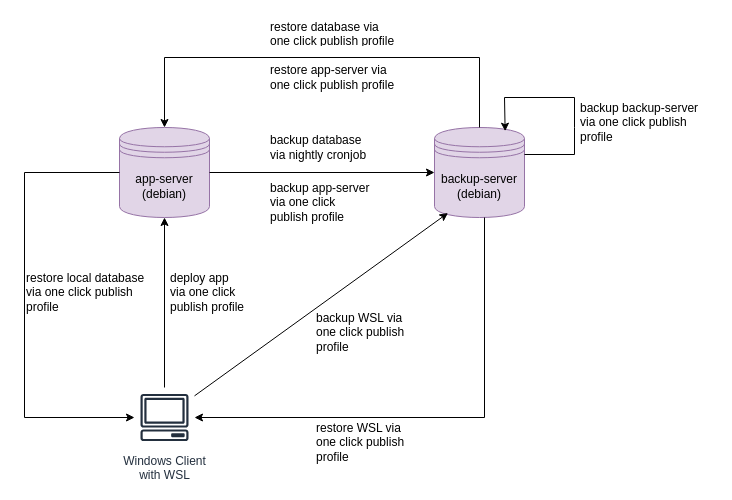
The draw.io diagram page "server-setup" (5 of 5) of _images/architecture.drawio in gartenkralle/geolocation-services-doc, before the edit. Source tidied: cells renumbered, new cells numbered last; positions are measured from the earlier drawing's top-left corner, leaving out a move shared by most shapes. Both pictures are drawn from the tidied source at 100%, with x=0, y=0 at pixel (24, 17).
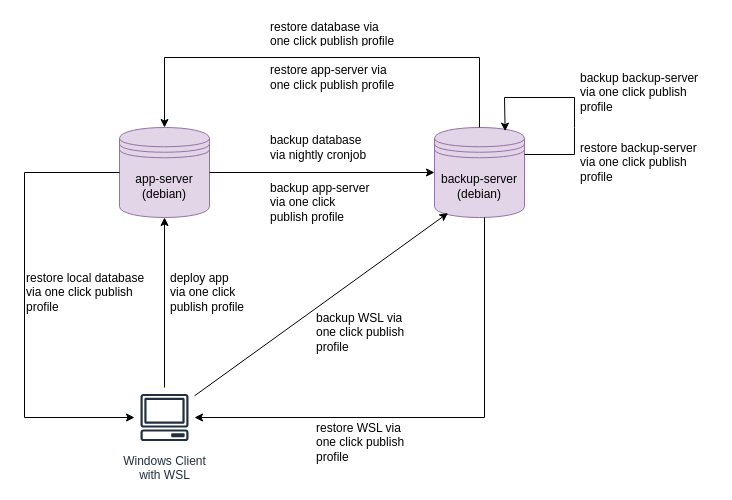
Above is the later version.

Change to the diagram source:
```diff
@@
     <mxCell id="17" value="backup backup-server&amp;nbsp;&lt;div&gt;&lt;span style=&quot;background-color: initial;&quot;&gt;via one click publish profile&lt;/span&gt;&lt;/div&gt;" style="text;strokeColor=none;fillColor=none;align=left;verticalAlign=middle;spacingLeft=4;spacingRight=4;overflow=hidden;whiteSpace=wrap;html=1;" parent="1" vertex="1">
-      <mxGeometry x="550" y="80" width="140" height="50" as="geometry" />
+      <mxGeometry x="550" y="50" width="140" height="50" as="geometry" />
     </mxCell>
@@
+    <mxCell id="21" value="restore backup-server&amp;nbsp;&lt;div&gt;&lt;span style=&quot;background-color: initial;&quot;&gt;via one click publish profile&lt;/span&gt;&lt;/div&gt;" style="text;strokeColor=none;fillColor=none;align=left;verticalAlign=middle;spacingLeft=4;spacingRight=4;overflow=hidden;whiteSpace=wrap;html=1;" parent="1" vertex="1">
+      <mxGeometry x="550" y="120" width="140" height="50" as="geometry" />
+    </mxCell>
```
